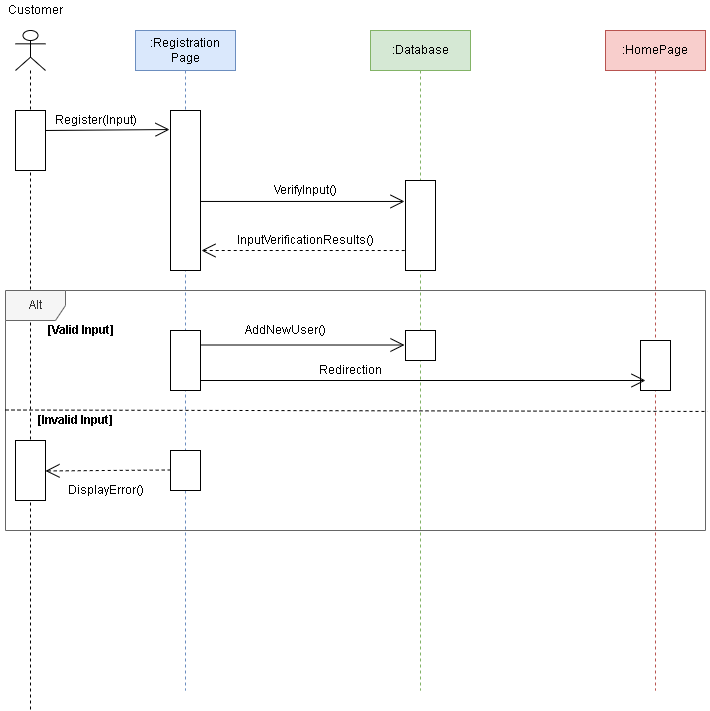
tiisetsohub/GiveALittle keeps this draw.io diagram as givealittle/UML diagramls/Process View/registerSequence.png. Above is the earlier version. Source tidied: cells renumbered, new cells last; positions are measured from the earlier drawing's top-left corner, leaving out a move shared by most shapes. The source it was exported from:
```xml
<mxGraphModel>
  <root>
    <mxCell id="0" />
    <mxCell id="1" parent="0" />
    <mxCell id="2" style="shape=umlLifeline;participant=umlActor;perimeter=lifelinePerimeter;whiteSpace=wrap;html=1;verticalAlign=top;spacingTop=36;" parent="1" vertex="1">
      <mxGeometry x="15" y="30" width="30" height="680" as="geometry" />
    </mxCell>
    <mxCell id="3" style="html=1;perimeter=orthogonalPerimeter;" parent="2" vertex="1">
      <mxGeometry y="80" width="30" height="60" as="geometry" />
    </mxCell>
    <mxCell id="4" value=":Registration Page" style="shape=umlLifeline;perimeter=lifelinePerimeter;whiteSpace=wrap;html=1;fillColor=#dae8fc;strokeColor=#6c8ebf;" parent="1" vertex="1">
      <mxGeometry x="135" y="30" width="100" height="660" as="geometry" />
    </mxCell>
    <mxCell id="5" style="html=1;points=[];perimeter=orthogonalPerimeter;" parent="4" vertex="1">
      <mxGeometry x="35" y="80" width="30" height="160" as="geometry" />
    </mxCell>
    <mxCell id="6" value=":Database" style="shape=umlLifeline;perimeter=lifelinePerimeter;whiteSpace=wrap;html=1;fillColor=#d5e8d4;strokeColor=#82b366;" parent="1" vertex="1">
      <mxGeometry x="370" y="30" width="100" height="660" as="geometry" />
    </mxCell>
    <mxCell id="7" style="html=1;points=[];perimeter=orthogonalPerimeter;" parent="6" vertex="1">
      <mxGeometry x="35" y="150" width="30" height="90" as="geometry" />
    </mxCell>
    <mxCell id="8" value=":HomePage" style="shape=umlLifeline;perimeter=lifelinePerimeter;whiteSpace=wrap;html=1;fillColor=#f8cecc;strokeColor=#b85450;" parent="1" vertex="1">
      <mxGeometry x="605" y="30" width="100" height="660" as="geometry" />
    </mxCell>
    <mxCell id="9" value="Alt" style="shape=umlFrame;whiteSpace=wrap;html=1;fillColor=#f5f5f5;fontColor=#333333;strokeColor=#666666;" parent="1" vertex="1">
      <mxGeometry x="5" y="290" width="700" height="240" as="geometry" />
    </mxCell>
    <mxCell id="10" style="endArrow=none;endFill=0;endSize=12;html=1;rounded=0;entryX=1.003;entryY=0.504;entryDx=0;entryDy=0;entryPerimeter=0;dashed=1;" parent="1" edge="1" target="9">
      <mxGeometry relative="1" as="geometry">
        <mxPoint x="5" y="409.5" as="sourcePoint" />
      </mxGeometry>
    </mxCell>
    <mxCell id="11" style="html=1;perimeter=orthogonalPerimeter;" parent="1" vertex="1">
      <mxGeometry x="15" y="440" width="30" height="60" as="geometry" />
    </mxCell>
    <mxCell id="12" style="html=1;perimeter=orthogonalPerimeter;" parent="1" vertex="1">
      <mxGeometry x="170" y="450" width="30" height="40" as="geometry" />
    </mxCell>
    <mxCell id="13" style="html=1;perimeter=orthogonalPerimeter;" parent="1" vertex="1">
      <mxGeometry x="170" y="330" width="30" height="60" as="geometry" />
    </mxCell>
    <mxCell id="14" style="html=1;perimeter=orthogonalPerimeter;" parent="1" vertex="1">
      <mxGeometry x="405" y="330" width="30" height="30" as="geometry" />
    </mxCell>
    <mxCell id="15" style="html=1;points=[];perimeter=orthogonalPerimeter;" parent="1" vertex="1">
      <mxGeometry x="640" y="340" width="30" height="50" as="geometry" />
    </mxCell>
    <mxCell id="16" style="endArrow=open;endFill=1;endSize=12;html=1;rounded=0;entryX=-0.033;entryY=0.119;entryDx=0;entryDy=0;entryPerimeter=0;" parent="1" edge="1" target="5">
      <mxGeometry relative="1" as="geometry">
        <mxPoint x="45" y="130" as="sourcePoint" />
      </mxGeometry>
    </mxCell>
    <mxCell id="17" style="endArrow=open;endFill=1;endSize=12;html=1;rounded=0;entryX=-0.033;entryY=0.233;entryDx=0;entryDy=0;entryPerimeter=0;" parent="1" edge="1" target="7">
      <mxGeometry relative="1" as="geometry">
        <mxPoint x="200" y="201" as="sourcePoint" />
      </mxGeometry>
    </mxCell>
    <mxCell id="18" style="endArrow=none;endFill=0;endSize=12;html=1;rounded=0;entryX=-0.033;entryY=0.233;entryDx=0;entryDy=0;entryPerimeter=0;startArrow=open;startFill=0;startSize=12;dashed=1;" parent="1" edge="1">
      <mxGeometry relative="1" as="geometry">
        <mxPoint x="201" y="250" as="sourcePoint" />
        <mxPoint x="405" y="250" as="targetPoint" />
      </mxGeometry>
    </mxCell>
    <mxCell id="19" style="endArrow=open;endFill=1;endSize=12;html=1;rounded=0;entryX=-0.033;entryY=0.233;entryDx=0;entryDy=0;entryPerimeter=0;" parent="1" edge="1">
      <mxGeometry relative="1" as="geometry">
        <mxPoint x="200" y="344.5" as="sourcePoint" />
        <mxPoint x="404" y="344.5" as="targetPoint" />
      </mxGeometry>
    </mxCell>
    <mxCell id="20" style="endArrow=open;endFill=1;endSize=12;html=1;rounded=0;entryX=0.167;entryY=0.8;entryDx=0;entryDy=0;entryPerimeter=0;" parent="1" edge="1" target="15">
      <mxGeometry relative="1" as="geometry">
        <mxPoint x="200" y="380" as="sourcePoint" />
      </mxGeometry>
    </mxCell>
    <mxCell id="21" style="endArrow=none;endFill=0;endSize=12;html=1;rounded=0;entryX=-0.033;entryY=0.119;entryDx=0;entryDy=0;entryPerimeter=0;startArrow=open;startFill=0;startSize=12;dashed=1;" parent="1" edge="1">
      <mxGeometry relative="1" as="geometry">
        <mxPoint x="45" y="470.5" as="sourcePoint" />
        <mxPoint x="169" y="469.5" as="targetPoint" />
      </mxGeometry>
    </mxCell>
    <mxCell id="22" value="Register(Input)" style="text;html=1;align=center;verticalAlign=middle;fillColor=none;strokeColor=none;rounded=0;" parent="1" vertex="1">
      <mxGeometry x="45" y="110" width="100" height="20" as="geometry" />
    </mxCell>
    <mxCell id="23" value="VerifyInput()" style="text;html=1;align=center;verticalAlign=middle;fillColor=none;strokeColor=none;rounded=0;" parent="1" vertex="1">
      <mxGeometry x="265" y="180" width="80" height="20" as="geometry" />
    </mxCell>
    <mxCell id="24" value="InputVerificationResults()" style="text;html=1;align=center;verticalAlign=middle;fillColor=none;strokeColor=none;rounded=0;" parent="1" vertex="1">
      <mxGeometry x="230" y="230" width="150" height="20" as="geometry" />
    </mxCell>
    <mxCell id="25" value="&lt;b&gt;[Valid Input]&lt;/b&gt;" style="text;html=1;align=center;verticalAlign=middle;fillColor=none;strokeColor=none;rounded=0;" parent="1" vertex="1">
      <mxGeometry x="40" y="320" width="80" height="20" as="geometry" />
    </mxCell>
    <mxCell id="26" value="&lt;b&gt;[Invalid Input]&lt;/b&gt;" style="text;html=1;align=center;verticalAlign=middle;fillColor=none;strokeColor=none;rounded=0;" parent="1" vertex="1">
      <mxGeometry x="30" y="410" width="90" height="20" as="geometry" />
    </mxCell>
    <mxCell id="27" value="DisplayError()" style="text;html=1;align=center;verticalAlign=middle;fillColor=none;strokeColor=none;rounded=0;" parent="1" vertex="1">
      <mxGeometry x="60" y="480" width="90" height="20" as="geometry" />
    </mxCell>
    <mxCell id="28" value="AddNewUser()" style="text;html=1;align=center;verticalAlign=middle;fillColor=none;strokeColor=none;rounded=0;" parent="1" vertex="1">
      <mxGeometry x="235" y="320" width="100" height="20" as="geometry" />
    </mxCell>
    <mxCell id="29" value="Redirection" style="text;html=1;align=center;verticalAlign=middle;fillColor=none;strokeColor=none;rounded=0;" parent="1" vertex="1">
      <mxGeometry x="310" y="360" width="80" height="20" as="geometry" />
    </mxCell>
    <mxCell id="30" value="Customer" style="text;html=1;align=center;verticalAlign=middle;fillColor=none;strokeColor=none;rounded=0;" parent="1" vertex="1">
      <mxGeometry width="70" height="20" as="geometry" />
    </mxCell>
  </root>
</mxGraphModel>
```
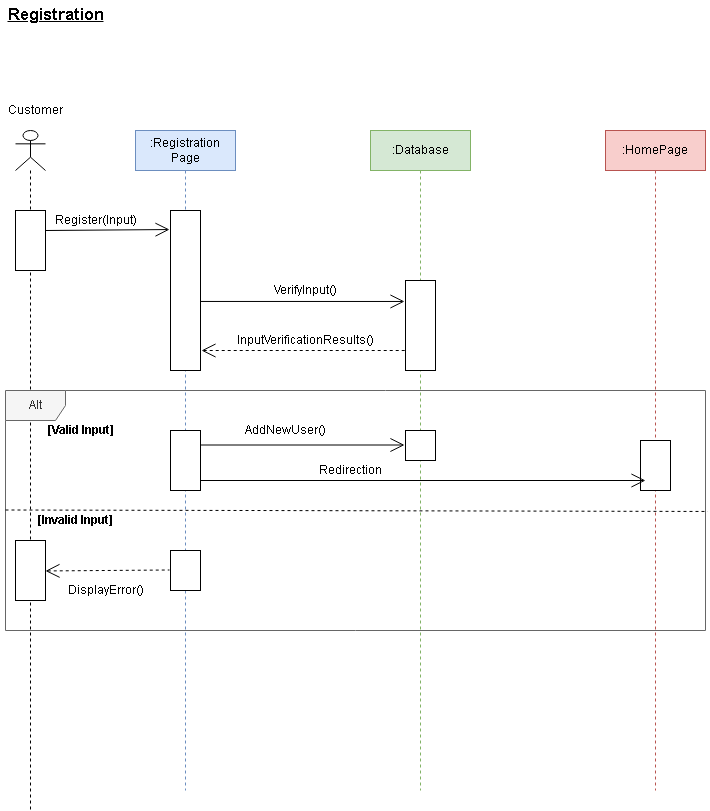
After the commit.

Change to the diagram source:
```diff
@@ -106,5 +106,8 @@
     <mxCell id="30" value="Customer" style="text;html=1;align=center;verticalAlign=middle;fillColor=none;strokeColor=none;rounded=0;" parent="1" vertex="1">
       <mxGeometry width="70" height="20" as="geometry" />
     </mxCell>
+    <mxCell id="31" value="Registration" style="text;html=1;align=center;verticalAlign=middle;fillColor=none;strokeColor=none;rounded=0;fontStyle=5;fontSize=17;" parent="1" vertex="1">
+      <mxGeometry y="-100" width="110" height="30" as="geometry" />
+    </mxCell>
   </root>
 </mxGraphModel>
```
